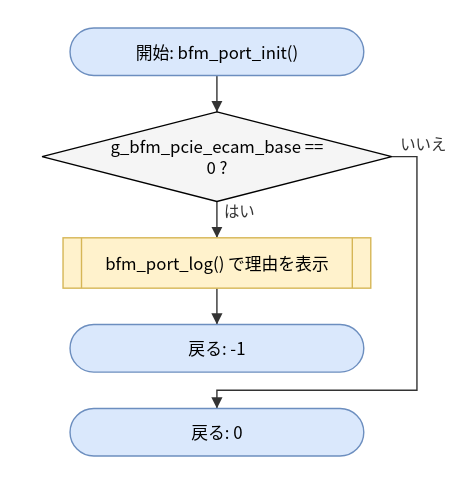
Above: doc/spec/images/flow_port_vxworks_port_vxworks-bfm_port_init.drawio.svg in hf355051012-ai/bfmem (draw.io), before the change. Source tidied: cells renumbered, new cells last; positions are measured from the earlier drawing's top-left corner, leaving out a move shared by most shapes.
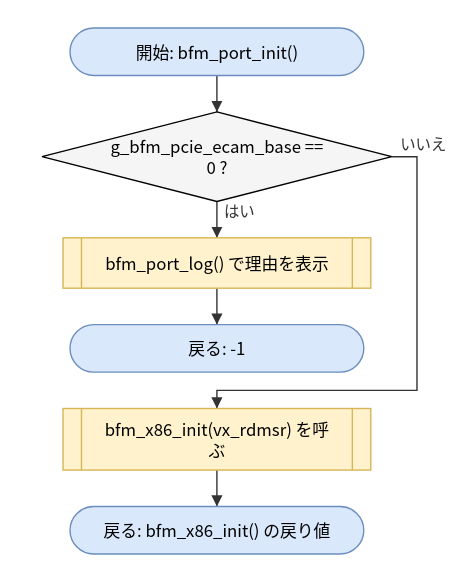
The same diagram one commit later.

The edit, as a diff of the source:
```diff
@@ -14,9 +14,12 @@
     <mxCell id="5" value="戻る: -1" style="rounded=1;arcSize=50;whiteSpace=wrap;html=1;fillColor=#dae8fc;strokeColor=#6c8ebf;" parent="1" vertex="1">
       <mxGeometry x="20" y="212" width="210" height="34" as="geometry" />
     </mxCell>
-    <mxCell id="6" value="戻る: 0" style="rounded=1;arcSize=50;whiteSpace=wrap;html=1;fillColor=#dae8fc;strokeColor=#6c8ebf;" parent="1" vertex="1">
-      <mxGeometry x="20" y="272" width="210" height="34" as="geometry" />
+    <mxCell id="6" value="bfm_x86_init(vx_rdmsr) を呼&lt;br&gt;ぶ" style="shape=process;whiteSpace=wrap;html=1;backgroundOutline=1;size=0.06;fillColor=#fff2cc;strokeColor=#d6b656;" parent="1" vertex="1">
+      <mxGeometry x="15" y="272" width="220" height="44" as="geometry" />
     </mxCell>
+    <mxCell id="11" value="戻る: bfm_x86_init() の戻り値" style="rounded=1;arcSize=50;whiteSpace=wrap;html=1;fillColor=#dae8fc;strokeColor=#6c8ebf;" parent="1" vertex="1">
+      <mxGeometry x="20" y="342" width="210" height="34" as="geometry" />
+    </mxCell>
     <mxCell id="7" style="edgeStyle=none;html=1;rounded=0;endArrow=block;endFill=1;exitX=0.5000;exitY=1.0000;exitDx=0;exitDy=0;exitPerimeter=0;entryX=0.5000;entryY=0.0000;entryDx=0;entryDy=0;entryPerimeter=0;" parent="1" edge="1" source="2" target="3">
       <mxGeometry relative="1" as="geometry" />
     </mxCell>
@@ -35,5 +38,8 @@
         </Array>
       </mxGeometry>
     </mxCell>
+    <mxCell id="12" style="edgeStyle=none;html=1;rounded=0;endArrow=block;endFill=1;exitX=0.5000;exitY=1.0000;exitDx=0;exitDy=0;exitPerimeter=0;entryX=0.5000;entryY=0.0000;entryDx=0;entryDy=0;entryPerimeter=0;" parent="1" edge="1" source="6" target="11">
+      <mxGeometry relative="1" as="geometry" />
+    </mxCell>
   </root>
 </mxGraphModel>
```
